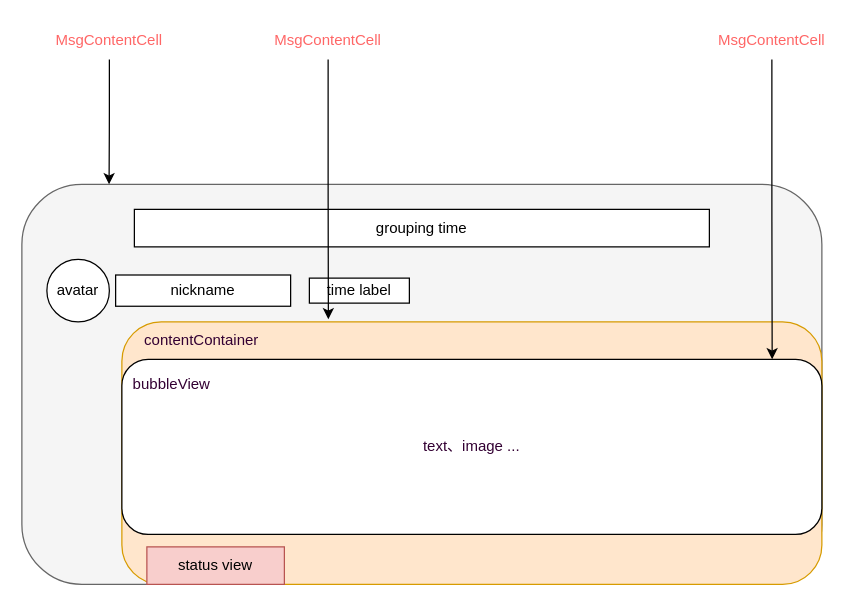
Before: 未命名绘图.drawio in ygg29/UML, a draw.io diagram. Source tidied: cells renumbered, new cells numbered last; positions are measured from the earlier drawing's top-left corner, leaving out a move shared by most shapes. Both pictures are drawn from the tidied source at 125%, with x=0, y=0 at pixel (21, 21).
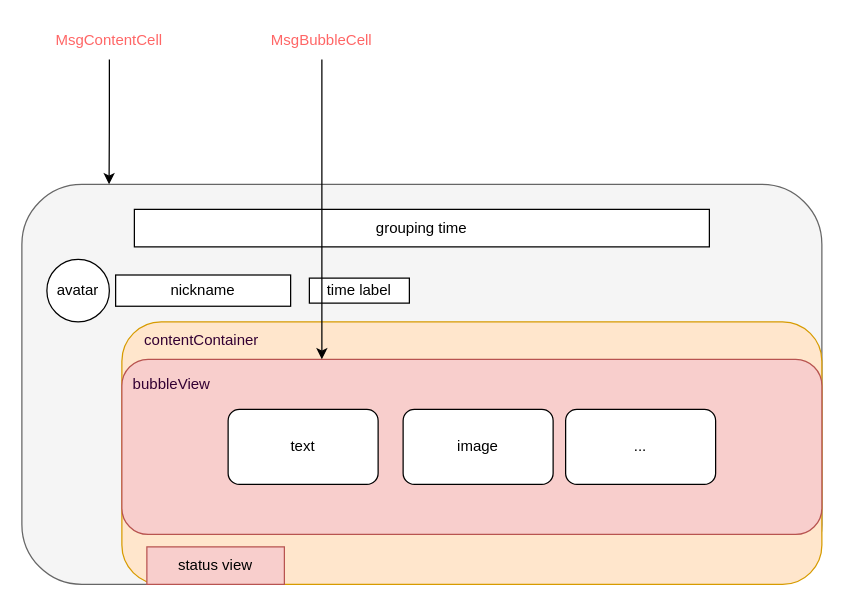
After the change.

Commit message:
更新未命名绘图.drawio

What changed in the source:
```diff
@@
 <mxGraphModel>
   <root>
     <mxCell id="0" />
     <mxCell id="1" parent="0" />
     <mxCell id="2" style="rounded=1;whiteSpace=wrap;html=1;fillColor=#f5f5f5;fontColor=#333333;strokeColor=#666666;" parent="1" vertex="1">
       <mxGeometry y="130" width="640" height="320" as="geometry" />
     </mxCell>
     <mxCell id="3" style="edgeStyle=orthogonalEdgeStyle;rounded=1;jettySize=auto;html=1;exitX=0.5;exitY=1;exitDx=0;exitDy=0;fontColor=#330033;entryX=0.109;entryY=0;entryDx=0;entryDy=0;entryPerimeter=0;" parent="1" edge="1" source="4" target="2">
       <mxGeometry relative="1" as="geometry" />
     </mxCell>
     <mxCell id="4" value="MsgContentCell" style="text;html=1;strokeColor=none;fillColor=none;align=center;verticalAlign=middle;whiteSpace=wrap;rounded=0;fontColor=#FF6666;" parent="1" vertex="1">
       <mxGeometry x="40" width="60" height="30" as="geometry" />
     </mxCell>
     <mxCell id="5" value="avatar" style="ellipse;whiteSpace=wrap;html=1;" parent="1" vertex="1">
       <mxGeometry x="20" y="190" width="50" height="50" as="geometry" />
     </mxCell>
     <mxCell id="6" value="nickname" style="rounded=0;whiteSpace=wrap;html=1;" parent="1" vertex="1">
       <mxGeometry x="75" y="202.5" width="140" height="25" as="geometry" />
     </mxCell>
     <mxCell id="7" style="rounded=1;whiteSpace=wrap;html=1;fillColor=#ffe6cc;strokeColor=#d79b00;" parent="1" vertex="1">
       <mxGeometry x="80" y="240" width="560" height="210" as="geometry" />
     </mxCell>
     <mxCell id="8" value="grouping time" style="rounded=0;whiteSpace=wrap;html=1;" parent="1" vertex="1">
       <mxGeometry x="90" y="150" width="460" height="30" as="geometry" />
     </mxCell>
     <mxCell id="9" value="time label" style="rounded=0;whiteSpace=wrap;html=1;" parent="1" vertex="1">
       <mxGeometry x="230" y="205" width="80" height="20" as="geometry" />
     </mxCell>
     <mxCell id="10" value="&lt;br&gt;&lt;p class=&quot;p1&quot;&gt;contentContainer&lt;/p&gt;&lt;br&gt;" style="text;html=1;strokeColor=none;fillColor=none;align=center;verticalAlign=middle;whiteSpace=wrap;rounded=0;fontColor=#330033;labelBackgroundColor=none;" parent="1" vertex="1">
       <mxGeometry x="90" y="240" width="107.5" height="30" as="geometry" />
     </mxCell>
     <mxCell id="11" value="status view" style="rounded=0;whiteSpace=wrap;html=1;labelBackgroundColor=none;fillColor=#f8cecc;strokeColor=#b85450;" parent="1" vertex="1">
       <mxGeometry x="100" y="420" width="110" height="30" as="geometry" />
     </mxCell>
-    <mxCell id="12" value="text、image ..." style="rounded=1;whiteSpace=wrap;html=1;labelBackgroundColor=none;fontColor=#330033;" parent="1" vertex="1">
+    <mxCell id="12" style="rounded=1;whiteSpace=wrap;html=1;labelBackgroundColor=none;fillColor=#f8cecc;strokeColor=#b85450;" parent="1" vertex="1">
       <mxGeometry x="80" y="270" width="560" height="140" as="geometry" />
     </mxCell>
     <mxCell id="13" value="bubbleView" style="text;html=1;strokeColor=none;fillColor=none;align=center;verticalAlign=middle;whiteSpace=wrap;rounded=0;labelBackgroundColor=none;fontColor=#330033;" parent="1" vertex="1">
       <mxGeometry x="90" y="275" width="60" height="30" as="geometry" />
     </mxCell>
-    <mxCell id="14" style="edgeStyle=orthogonalEdgeStyle;rounded=1;jettySize=auto;html=1;fontColor=#330033;entryX=0.295;entryY=-0.01;entryDx=0;entryDy=0;entryPerimeter=0;" parent="1" edge="1" source="15" target="7">
-      <mxGeometry relative="1" as="geometry" />
+    <mxCell id="14" style="edgeStyle=orthogonalEdgeStyle;rounded=1;jettySize=auto;html=1;fontColor=#330033;" parent="1" edge="1" source="15">
+      <mxGeometry relative="1" as="geometry">
+        <mxPoint x="240" y="270" as="targetPoint" />
+      </mxGeometry>
     </mxCell>
-    <mxCell id="15" value="MsgContentCell" style="text;html=1;strokeColor=none;fillColor=none;align=center;verticalAlign=middle;whiteSpace=wrap;rounded=0;fontColor=#FF6666;" parent="1" vertex="1">
-      <mxGeometry x="215" width="60" height="30" as="geometry" />
+    <mxCell id="15" value="MsgBubbleCell" style="text;html=1;strokeColor=none;fillColor=none;align=center;verticalAlign=middle;whiteSpace=wrap;rounded=0;fontColor=#FF6666;" parent="1" vertex="1">
+      <mxGeometry x="210" width="60" height="30" as="geometry" />
     </mxCell>
-    <mxCell id="16" style="edgeStyle=orthogonalEdgeStyle;rounded=1;jettySize=auto;html=1;fontColor=#330033;entryX=0.929;entryY=0;entryDx=0;entryDy=0;entryPerimeter=0;" parent="1" edge="1" source="17" target="12">
-      <mxGeometry relative="1" as="geometry" />
-    </mxCell>
-    <mxCell id="17" value="MsgContentCell" style="text;html=1;strokeColor=none;fillColor=none;align=center;verticalAlign=middle;whiteSpace=wrap;rounded=0;fontColor=#FF6666;" parent="1" vertex="1">
-      <mxGeometry x="570" width="60" height="30" as="geometry" />
-    </mxCell>
+    <mxCell id="18" value="text" style="rounded=1;whiteSpace=wrap;html=1;" parent="1" vertex="1">
+      <mxGeometry x="165" y="310" width="120" height="60" as="geometry" />
+    </mxCell>
+    <mxCell id="19" value="image" style="rounded=1;whiteSpace=wrap;html=1;" parent="1" vertex="1">
+      <mxGeometry x="305" y="310" width="120" height="60" as="geometry" />
+    </mxCell>
+    <mxCell id="20" value="..." style="rounded=1;whiteSpace=wrap;html=1;" parent="1" vertex="1">
+      <mxGeometry x="435" y="310" width="120" height="60" as="geometry" />
+    </mxCell>
   </root>
 </mxGraphModel>
```
